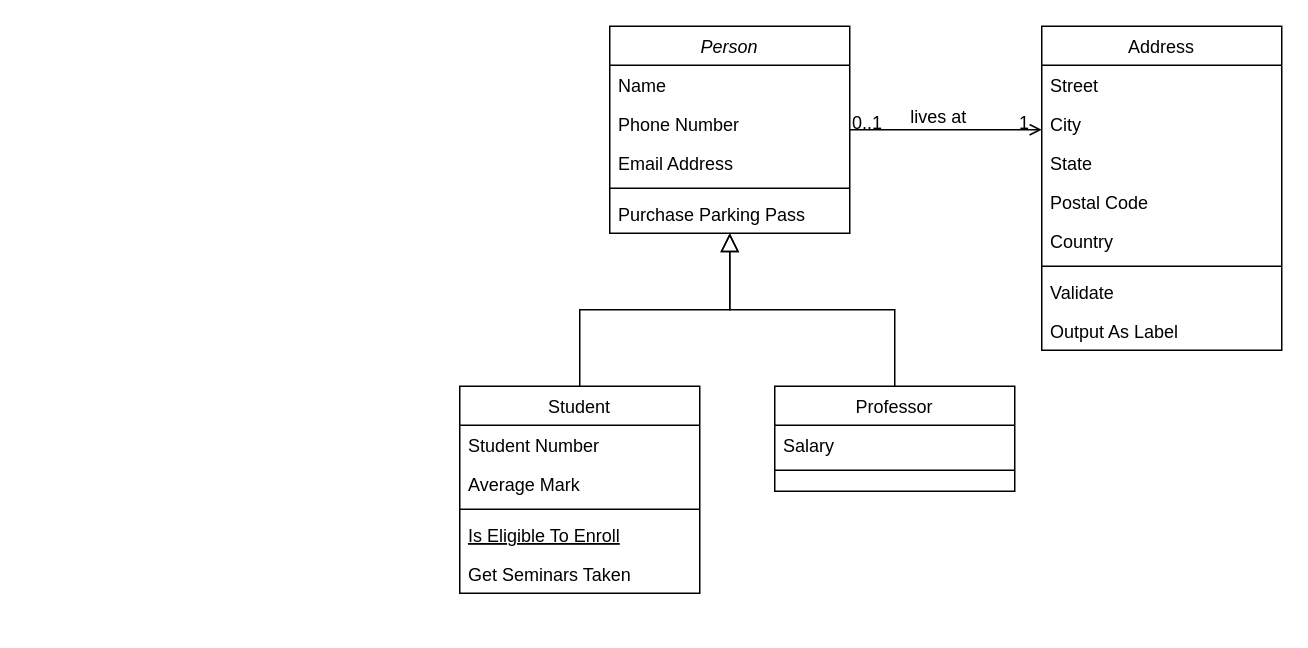
This is Megnevezetlen diagram.drawio from Ac1dD4v3/SzoftTech, a draw.io file, before an edit. Source tidied: cells renumbered, new cells numbered last; positions are measured from the earlier drawing's top-left corner, leaving out a move shared by most shapes. Both pictures are drawn from the tidied source at 150%, with x=0, y=0 at pixel (459, 26).
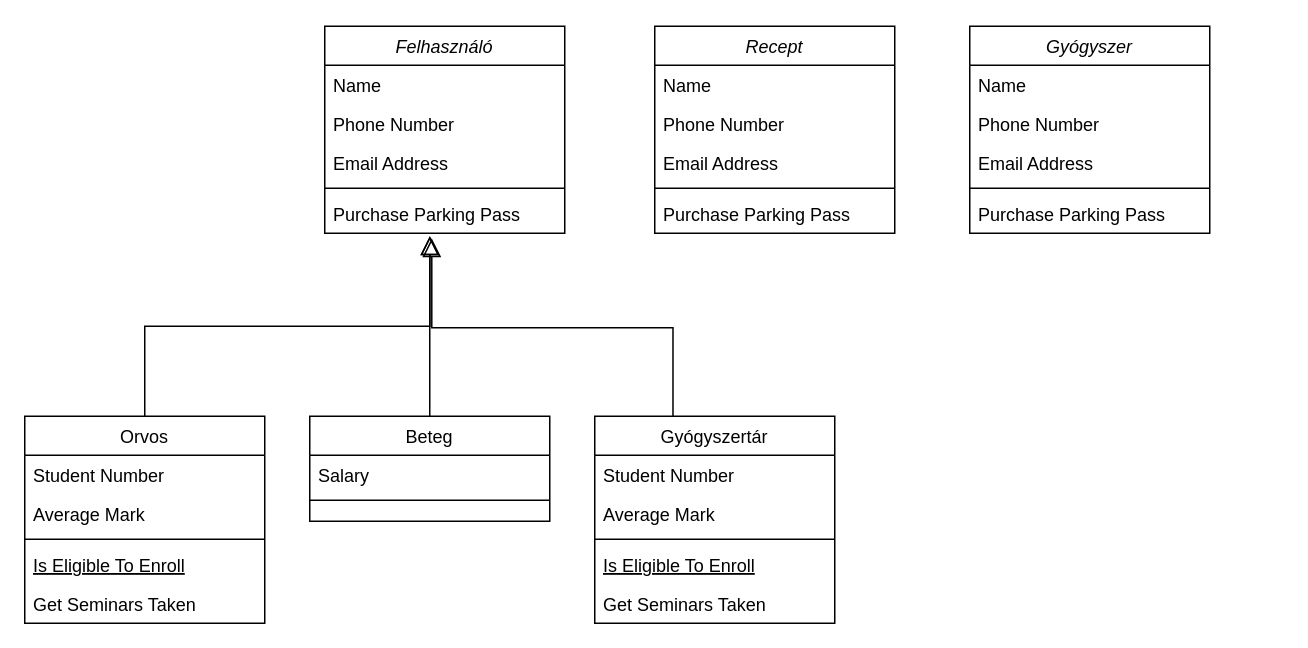
The same diagram, later.

The change refers to these unchanged cells:
```xml
<mxCell id="7" value="Purchase Parking Pass" style="text;align=left;verticalAlign=top;spacingLeft=4;spacingRight=4;overflow=hidden;points=[[0,0.5],[1,0.5]];portConstraint=eastwest;" parent="2" vertex="1">
  <mxGeometry y="112" width="160" height="26" as="geometry" />
</mxCell>
```

The edit, as a diff of the source:
```diff
@@
-    <mxCell id="2" value="Person" style="swimlane;fontStyle=2;align=center;verticalAlign=top;horizontal=1;startSize=26;rounded=0;shadow=0;strokeWidth=1;" parent="1" vertex="1">
-      <mxGeometry x="100" width="160" height="138" as="geometry" />
+    <mxCell id="2" value="Felhasználó" style="swimlane;fontStyle=2;align=center;verticalAlign=top;horizontal=1;startSize=26;rounded=0;shadow=0;strokeWidth=1;" parent="1" vertex="1">
+      <mxGeometry x="-90" width="160" height="138" as="geometry" />
     </mxCell>
@@
-    <mxCell id="8" value="Student" style="swimlane;fontStyle=0;align=center;verticalAlign=top;horizontal=1;startSize=26;rounded=0;shadow=0;strokeWidth=1;" parent="1" vertex="1">
-      <mxGeometry y="240" width="160" height="138" as="geometry" />
+    <mxCell id="8" value="Orvos" style="swimlane;fontStyle=0;align=center;verticalAlign=top;horizontal=1;startSize=26;rounded=0;shadow=0;strokeWidth=1;" parent="1" vertex="1">
+      <mxGeometry x="-290" y="260" width="160" height="138" as="geometry" />
     </mxCell>
@@
-    <mxCell id="14" style="endArrow=block;endSize=10;endFill=0;shadow=0;strokeWidth=1;rounded=0;edgeStyle=elbowEdgeStyle;elbow=vertical;" parent="1" edge="1" source="8" target="2">
+    <mxCell id="14" style="endArrow=block;endSize=10;endFill=0;shadow=0;strokeWidth=1;rounded=0;edgeStyle=elbowEdgeStyle;elbow=vertical;entryX=0.438;entryY=1.077;entryDx=0;entryDy=0;entryPerimeter=0;" parent="1" edge="1" source="8" target="7">
       <mxGeometry relative="1" as="geometry" />
     </mxCell>
-    <mxCell id="15" value="Professor" style="swimlane;fontStyle=0;align=center;verticalAlign=top;horizontal=1;startSize=26;rounded=0;shadow=0;strokeWidth=1;" parent="1" vertex="1">
-      <mxGeometry x="210" y="240" width="160" height="70" as="geometry" />
+    <mxCell id="15" value="Beteg" style="swimlane;fontStyle=0;align=center;verticalAlign=top;horizontal=1;startSize=26;rounded=0;shadow=0;strokeWidth=1;" parent="1" vertex="1">
+      <mxGeometry x="-100" y="260" width="160" height="70" as="geometry" />
     </mxCell>
@@
-    <mxCell id="18" style="endArrow=block;endSize=10;endFill=0;shadow=0;strokeWidth=1;rounded=0;edgeStyle=elbowEdgeStyle;elbow=vertical;" parent="1" edge="1" source="15" target="2">
-      <mxGeometry relative="1" as="geometry" />
+    <mxCell id="18" style="endArrow=block;endSize=10;endFill=0;shadow=0;strokeWidth=1;rounded=0;edgeStyle=elbowEdgeStyle;elbow=vertical;" parent="1" edge="1" source="15">
+      <mxGeometry relative="1" as="geometry">
+        <mxPoint x="-20" y="140" as="targetPoint" />
+      </mxGeometry>
     </mxCell>
-    <mxCell id="19" value="Address" style="swimlane;fontStyle=0;align=center;verticalAlign=top;horizontal=1;startSize=26;rounded=0;shadow=0;strokeWidth=1;" parent="1" vertex="1">
-      <mxGeometry x="388" width="160" height="216" as="geometry" />
-    </mxCell>
-    <mxCell id="20" value="Street" style="text;align=left;verticalAlign=top;spacingLeft=4;spacingRight=4;overflow=hidden;" parent="19" vertex="1">
-      <mxGeometry y="26" width="160" height="26" as="geometry" />
-    </mxCell>
-    <mxCell id="21" value="City" style="text;align=left;verticalAlign=top;spacingLeft=4;spacingRight=4;overflow=hidden;rounded=0;shadow=0;html=0;" parent="19" vertex="1">
-      <mxGeometry y="52" width="160" height="26" as="geometry" />
-    </mxCell>
-    <mxCell id="22" value="State" style="text;align=left;verticalAlign=top;spacingLeft=4;spacingRight=4;overflow=hidden;rounded=0;shadow=0;html=0;" parent="19" vertex="1">
-      <mxGeometry y="78" width="160" height="26" as="geometry" />
-    </mxCell>
-    <mxCell id="23" value="Postal Code" style="text;align=left;verticalAlign=top;spacingLeft=4;spacingRight=4;overflow=hidden;rounded=0;shadow=0;html=0;" parent="19" vertex="1">
-      <mxGeometry y="104" width="160" height="26" as="geometry" />
-    </mxCell>
-    <mxCell id="24" value="Country" style="text;align=left;verticalAlign=top;spacingLeft=4;spacingRight=4;overflow=hidden;rounded=0;shadow=0;html=0;" parent="19" vertex="1">
-      <mxGeometry y="130" width="160" height="26" as="geometry" />
-    </mxCell>
-    <mxCell id="25" style="line;html=1;strokeWidth=1;align=left;verticalAlign=middle;spacingTop=-1;spacingLeft=3;spacingRight=3;labelPosition=right;" parent="19" vertex="1">
-      <mxGeometry y="156" width="160" height="8" as="geometry" />
-    </mxCell>
-    <mxCell id="26" value="Validate" style="text;align=left;verticalAlign=top;spacingLeft=4;spacingRight=4;overflow=hidden;" parent="19" vertex="1">
-      <mxGeometry y="164" width="160" height="26" as="geometry" />
-    </mxCell>
-    <mxCell id="27" value="Output As Label" style="text;align=left;verticalAlign=top;spacingLeft=4;spacingRight=4;overflow=hidden;" parent="19" vertex="1">
-      <mxGeometry y="190" width="160" height="26" as="geometry" />
-    </mxCell>
-    <mxCell id="28" style="endArrow=open;shadow=0;strokeWidth=1;rounded=0;endFill=1;edgeStyle=elbowEdgeStyle;elbow=vertical;" parent="1" edge="1" source="2" target="19">
-      <mxGeometry x="0.5" y="41" relative="1" as="geometry">
-        <mxPoint x="-40" y="32" as="offset" />
-      </mxGeometry>
-    </mxCell>
-    <mxCell id="29" value="0..1" style="align=left;verticalAlign=bottom;labelBackgroundColor=none;fontSize=12;" parent="28" vertex="1">
-      <mxGeometry x="-1" relative="1" as="geometry">
-        <mxPoint y="4" as="offset" />
-      </mxGeometry>
-    </mxCell>
-    <mxCell id="30" value="1" style="align=right;verticalAlign=bottom;labelBackgroundColor=none;fontSize=12;" parent="28" vertex="1">
-      <mxGeometry x="1" relative="1" as="geometry">
-        <mxPoint x="-7" y="4" as="offset" />
-      </mxGeometry>
-    </mxCell>
-    <mxCell id="31" value="lives at" style="text;html=1;align=center;verticalAlign=middle;labelBackgroundColor=none;rounded=0;shadow=0;strokeWidth=1;fontSize=12;" parent="28" vertex="1">
-      <mxGeometry x="0.5" y="49" relative="1" as="geometry">
-        <mxPoint x="-38" y="40" as="offset" />
-      </mxGeometry>
-    </mxCell>
+    <mxCell id="32" value="Gyógyszertár" style="swimlane;fontStyle=0;align=center;verticalAlign=top;horizontal=1;startSize=26;rounded=0;shadow=0;strokeWidth=1;" parent="1" vertex="1">
+      <mxGeometry x="90" y="260" width="160" height="138" as="geometry" />
+    </mxCell>
+    <mxCell id="33" value="Student Number" style="text;align=left;verticalAlign=top;spacingLeft=4;spacingRight=4;overflow=hidden;" parent="32" vertex="1">
+      <mxGeometry y="26" width="160" height="26" as="geometry" />
+    </mxCell>
+    <mxCell id="34" value="Average Mark" style="text;align=left;verticalAlign=top;spacingLeft=4;spacingRight=4;overflow=hidden;rounded=0;shadow=0;html=0;" parent="32" vertex="1">
+      <mxGeometry y="52" width="160" height="26" as="geometry" />
+    </mxCell>
+    <mxCell id="35" style="line;html=1;strokeWidth=1;align=left;verticalAlign=middle;spacingTop=-1;spacingLeft=3;spacingRight=3;labelPosition=right;" parent="32" vertex="1">
+      <mxGeometry y="78" width="160" height="8" as="geometry" />
+    </mxCell>
+    <mxCell id="36" value="Is Eligible To Enroll" style="text;align=left;verticalAlign=top;spacingLeft=4;spacingRight=4;overflow=hidden;fontStyle=4;" parent="32" vertex="1">
+      <mxGeometry y="86" width="160" height="26" as="geometry" />
+    </mxCell>
+    <mxCell id="37" value="Get Seminars Taken" style="text;align=left;verticalAlign=top;spacingLeft=4;spacingRight=4;overflow=hidden;" parent="32" vertex="1">
+      <mxGeometry y="112" width="160" height="26" as="geometry" />
+    </mxCell>
+    <mxCell id="38" style="endArrow=block;endSize=10;endFill=0;shadow=0;strokeWidth=1;rounded=0;edgeStyle=elbowEdgeStyle;elbow=vertical;exitX=0.326;exitY=0.004;exitDx=0;exitDy=0;exitPerimeter=0;entryX=0.446;entryY=1.131;entryDx=0;entryDy=0;entryPerimeter=0;" parent="1" edge="1" source="32" target="7">
+      <mxGeometry relative="1" as="geometry" />
+    </mxCell>
+    <mxCell id="39" value="Recept" style="swimlane;fontStyle=2;align=center;verticalAlign=top;horizontal=1;startSize=26;rounded=0;shadow=0;strokeWidth=1;" parent="1" vertex="1">
+      <mxGeometry x="130" width="160" height="138" as="geometry" />
+    </mxCell>
+    <mxCell id="40" value="Name" style="text;align=left;verticalAlign=top;spacingLeft=4;spacingRight=4;overflow=hidden;" parent="39" vertex="1">
+      <mxGeometry y="26" width="160" height="26" as="geometry" />
+    </mxCell>
+    <mxCell id="41" value="Phone Number" style="text;align=left;verticalAlign=top;spacingLeft=4;spacingRight=4;overflow=hidden;rounded=0;shadow=0;html=0;" parent="39" vertex="1">
+      <mxGeometry y="52" width="160" height="26" as="geometry" />
+    </mxCell>
+    <mxCell id="42" value="Email Address" style="text;align=left;verticalAlign=top;spacingLeft=4;spacingRight=4;overflow=hidden;rounded=0;shadow=0;html=0;" parent="39" vertex="1">
+      <mxGeometry y="78" width="160" height="26" as="geometry" />
+    </mxCell>
+    <mxCell id="43" style="line;html=1;strokeWidth=1;align=left;verticalAlign=middle;spacingTop=-1;spacingLeft=3;spacingRight=3;labelPosition=right;" parent="39" vertex="1">
+      <mxGeometry y="104" width="160" height="8" as="geometry" />
+    </mxCell>
+    <mxCell id="44" value="Purchase Parking Pass" style="text;align=left;verticalAlign=top;spacingLeft=4;spacingRight=4;overflow=hidden;" parent="39" vertex="1">
+      <mxGeometry y="112" width="160" height="26" as="geometry" />
+    </mxCell>
+    <mxCell id="45" value="Gyógyszer" style="swimlane;fontStyle=2;align=center;verticalAlign=top;horizontal=1;startSize=26;rounded=0;shadow=0;strokeWidth=1;" parent="1" vertex="1">
+      <mxGeometry x="340" width="160" height="138" as="geometry" />
+    </mxCell>
+    <mxCell id="46" value="Name" style="text;align=left;verticalAlign=top;spacingLeft=4;spacingRight=4;overflow=hidden;" parent="45" vertex="1">
+      <mxGeometry y="26" width="160" height="26" as="geometry" />
+    </mxCell>
+    <mxCell id="47" value="Phone Number" style="text;align=left;verticalAlign=top;spacingLeft=4;spacingRight=4;overflow=hidden;rounded=0;shadow=0;html=0;" parent="45" vertex="1">
+      <mxGeometry y="52" width="160" height="26" as="geometry" />
+    </mxCell>
+    <mxCell id="48" value="Email Address" style="text;align=left;verticalAlign=top;spacingLeft=4;spacingRight=4;overflow=hidden;rounded=0;shadow=0;html=0;" parent="45" vertex="1">
+      <mxGeometry y="78" width="160" height="26" as="geometry" />
+    </mxCell>
+    <mxCell id="49" style="line;html=1;strokeWidth=1;align=left;verticalAlign=middle;spacingTop=-1;spacingLeft=3;spacingRight=3;labelPosition=right;" parent="45" vertex="1">
+      <mxGeometry y="104" width="160" height="8" as="geometry" />
+    </mxCell>
+    <mxCell id="50" value="Purchase Parking Pass" style="text;align=left;verticalAlign=top;spacingLeft=4;spacingRight=4;overflow=hidden;" parent="45" vertex="1">
+      <mxGeometry y="112" width="160" height="26" as="geometry" />
+    </mxCell>
```
